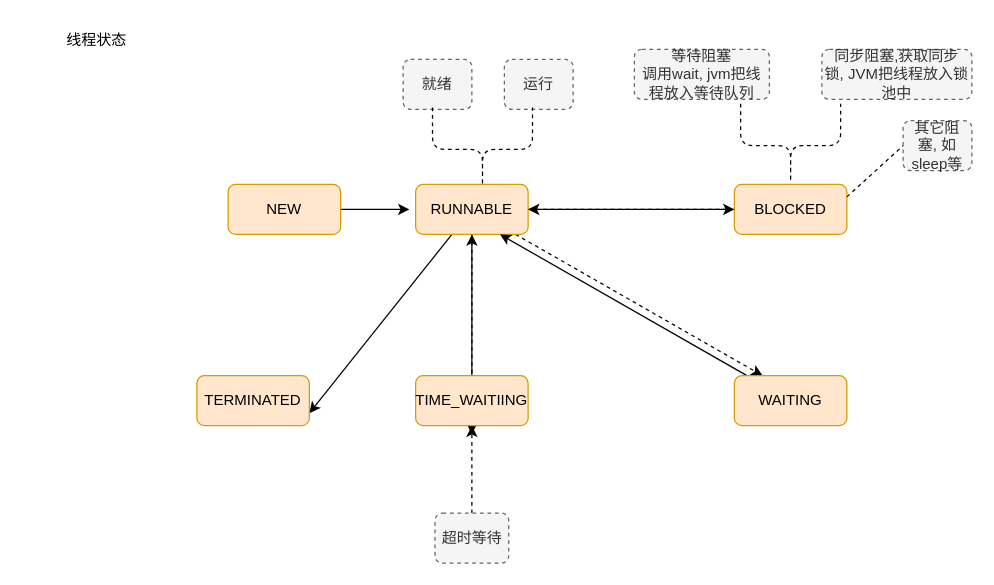
chenTerry/Java- keeps this draw.io diagram as Java线程.drawio. Above is the earlier version. Source tidied: cells renumbered, new cells numbered last; positions are measured from the earlier drawing's top-left corner, leaving out a move shared by most shapes. Both pictures are drawn from the tidied source at 125%, with x=0, y=0 at pixel (21, 21).
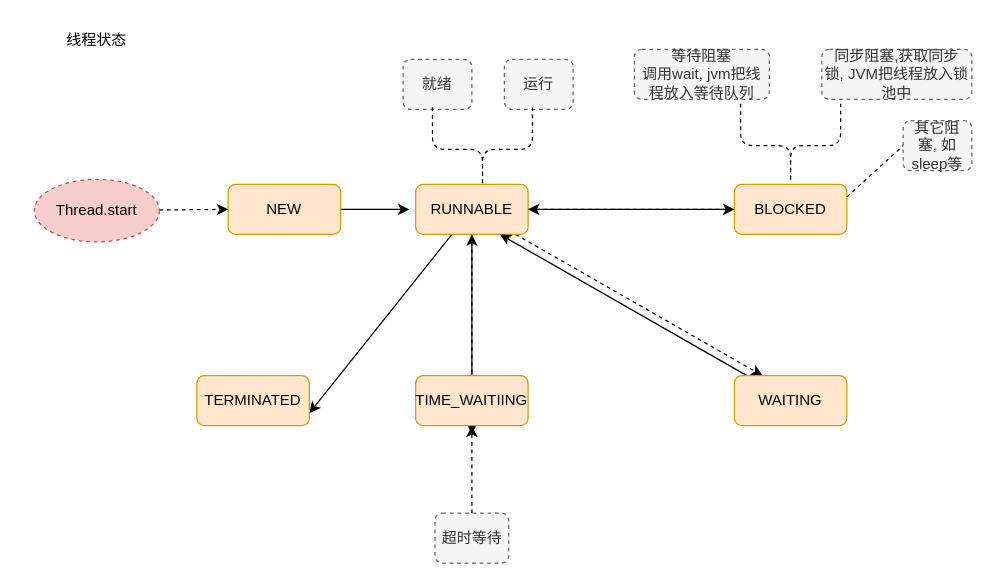
The same page after the edit.

Unchanged cells that the change refers to:
```xml
<mxCell id="4" value="NEW" style="rounded=1;whiteSpace=wrap;html=1;fillColor=#ffe6cc;strokeColor=#d79b00;" parent="1" vertex="1">
  <mxGeometry x="165" y="130" width="90" height="40" as="geometry" />
</mxCell>
```

The edit, as a diff of the source:
```diff
@@
+    <mxCell id="27" style="edgeStyle=none;rounded=0;jettySize=auto;html=1;dashed=1;entryX=0;entryY=0.5;entryDx=0;entryDy=0;" parent="1" edge="1" source="28" target="4">
+      <mxGeometry relative="1" as="geometry" />
+    </mxCell>
+    <mxCell id="28" value="Thread.start" style="ellipse;whiteSpace=wrap;html=1;dashed=1;fillColor=#f8cecc;strokeColor=#b85450;" parent="1" vertex="1">
+      <mxGeometry x="10" y="126" width="100" height="50" as="geometry" />
+    </mxCell>
```
